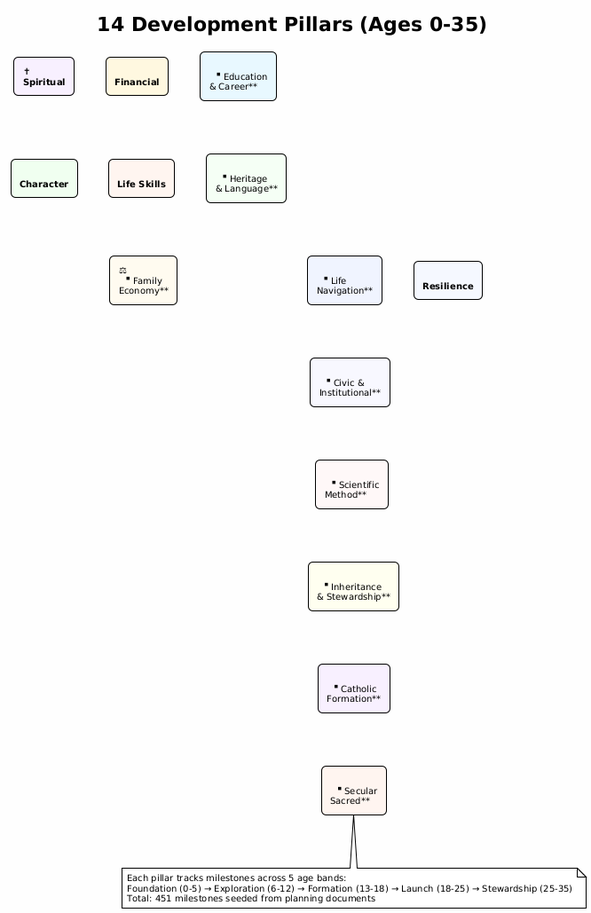
Above: diagrams/pillars_all.png in vampireLibrarianMonk/life_planning (PlantUML), before the change.
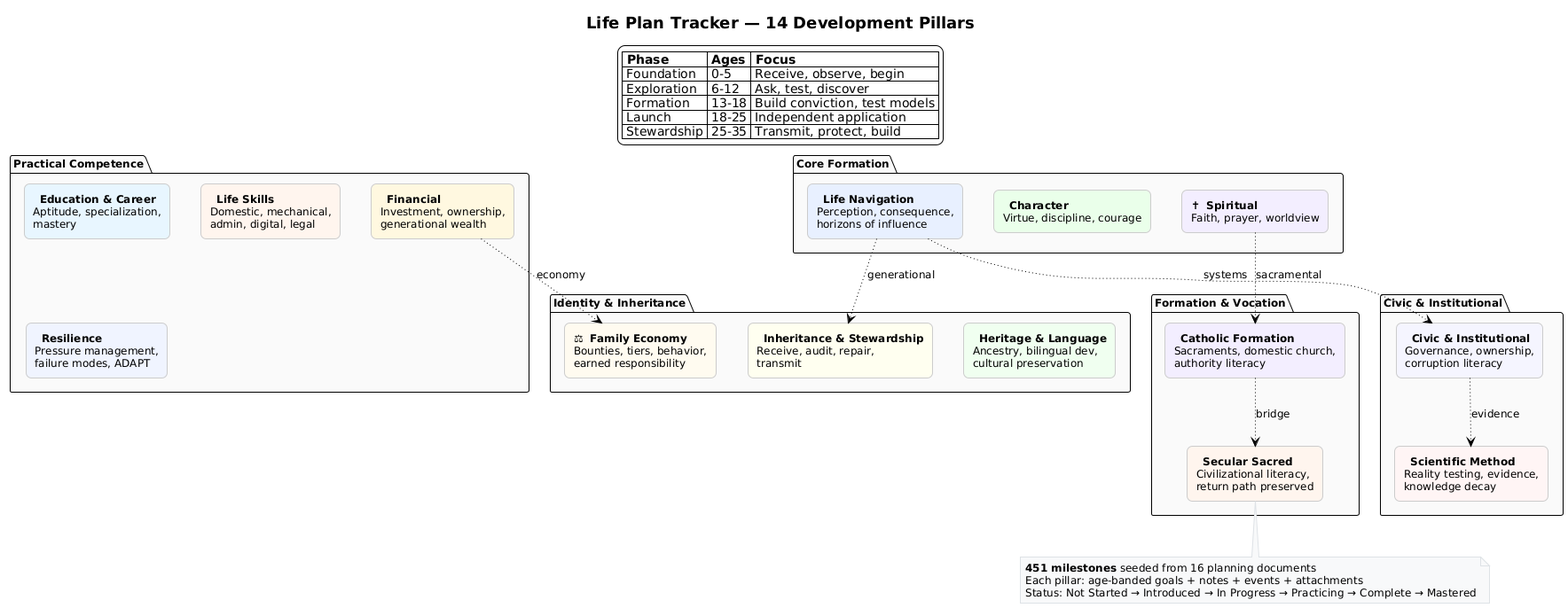
After the commit.

Commit message:
Update PlantUML diagram for 14 development pillars

Refreshed the PlantUML diagram visualizing the 14 key development pillars across life phases. This diagram provides an overview of the pillars and their groupings.

Modified:
- ../../diagrams/pillars_all.png — Updated PNG rendering of diagram
- ../../diagrams/pillars_all.puml — Added title, legend, subtle relationships, formatting tweaks

New:
- ../../diagrams/pillars_all.svg — Added SVG rendering of updated diagram

What changed in the source:
```diff
@@ -1,42 +1,70 @@
 @startuml pillars_all
 !theme plain
-skinparam backgroundColor #FEFEFE
-skinparam defaultFontSize 10
+skinparam backgroundColor #FFFFFF
+skinparam defaultFontSize 12
+skinparam defaultFontName "Segoe UI, Helvetica, Arial, sans-serif"
+skinparam titleFontSize 18
+skinparam titleFontStyle bold
 skinparam rectangle {
-  roundCorner 10
+  roundCorner 12
+  shadowing false
+  borderColor #CCCCCC
+}
+skinparam note {
+  backgroundColor #F8F9FA
+  borderColor #DEE2E6
 }
 
-title 14 Development Pillars (Ages 0-35)
+title Life Plan Tracker — 14 Development Pillars
 
-together {
-  rectangle "✝️\n**Spiritual**" as sp #F8F0FF
-  rectangle "💰\n**Financial**" as fi #FFF8E0
-  rectangle "🎓\n**Education\n& Career**" as ed #E8F8FF
-  rectangle "🛡️\n**Character**" as ch #F0FFF0
-  rectangle "🔧\n**Life Skills**" as ls #FFF5F0
-  rectangle "🌳\n**Heritage\n& Language**" as he #F5FFF5
-  rectangle "⚖️\n**Family\nEconomy**" as ec #FFFBF0
+legend top center
+  |= Phase |= Ages |= Focus |
+  | Foundation | 0-5 | Receive, observe, begin |
+  | Exploration | 6-12 | Ask, test, discover |
+  | Formation | 13-18 | Build conviction, test models |
+  | Launch | 18-25 | Independent application |
+  | Stewardship | 25-35 | Transmit, protect, build |
+end legend
+
+package "Core Formation" as core #FAFAFA {
+  rectangle "✝️  **Spiritual**\nFaith, prayer, worldview" as sp #F3EEFF
+  rectangle "🛡️  **Character**\nVirtue, discipline, courage" as ch #EAFFEA
+  rectangle "🧭  **Life Navigation**\nPerception, consequence,\nhorizons of influence" as dn #E8F0FF
 }
 
-together {
-  rectangle "🏔️\n**Resilience**" as re #F5F8FF
-  rectangle "🧭\n**Life\nNavigation**" as dn #F0F4FF
-  rectangle "🏛️\n**Civic &\nInstitutional**" as ci #F8F8FF
-  rectangle "🔬\n**Scientific\nMethod**" as sm #FFF8F8
-  rectangle "📜\n**Inheritance\n& Stewardship**" as is_ #FFFFF0
-  rectangle "⛪\n**Catholic\nFormation**" as cf #F8F0FF
-  rectangle "🌅\n**Secular\nSacred**" as ss #FFF5F0
+package "Practical Competence" as prac #FAFAFA {
+  rectangle "💰  **Financial**\nInvestment, ownership,\ngenerational wealth" as fi #FFF8E0
+  rectangle "🎓  **Education & Career**\nAptitude, specialization,\nmastery" as ed #E8F6FF
+  rectangle "🔧  **Life Skills**\nDomestic, mechanical,\nadmin, digital, legal" as ls #FFF5EE
+  rectangle "🏔️  **Resilience**\nPressure management,\nfailure modes, ADAPT" as re #F0F4FF
 }
 
-dn -[hidden]-> ci
-ci -[hidden]-> sm
-sm -[hidden]-> is_
-is_ -[hidden]-> cf
-cf -[hidden]-> ss
+package "Identity & Inheritance" as ident #FAFAFA {
+  rectangle "🌳  **Heritage & Language**\nAncestry, bilingual dev,\ncultural preservation" as he #F0FFF0
+  rectangle "📜  **Inheritance & Stewardship**\nReceive, audit, repair,\ntransmit" as is_ #FFFFF0
+  rectangle "⚖️  **Family Economy**\nBounties, tiers, behavior,\nearned responsibility" as ec #FFFBF0
+}
+
+package "Civic & Institutional" as civic #FAFAFA {
+  rectangle "🏛️  **Civic & Institutional**\nGovernance, ownership,\ncorruption literacy" as ci #F5F5FF
+  rectangle "🔬  **Scientific Method**\nReality testing, evidence,\nknowledge decay" as sm #FFF5F5
+}
+
+package "Formation & Vocation" as form #FAFAFA {
+  rectangle "⛪  **Catholic Formation**\nSacraments, domestic church,\nauthority literacy" as cf #F3EEFF
+  rectangle "🌅  **Secular Sacred**\nCivilizational literacy,\nreturn path preserved" as ss #FFF5EE
+}
+
+dn -[dotted]-> ci : systems
+dn -[dotted]-> is_ : generational
+sp -[dotted]-> cf : sacramental
+cf -[dotted]-> ss : bridge
+fi -[dotted]-> ec : economy
+ci -[dotted]-> sm : evidence
 
 note bottom
-  Each pillar tracks milestones across 5 age bands:
-  Foundation (0-5) → Exploration (6-12) → Formation (13-18) → Launch (18-25) → Stewardship (25-35)
-  Total: 451 milestones seeded from planning documents
+  **451 milestones** seeded from 16 planning documents
+  Each pillar: age-banded goals + notes + events + attachments
+  Status: Not Started → Introduced → In Progress → Practicing → Complete → Mastered
 end note
 @enduml
```
